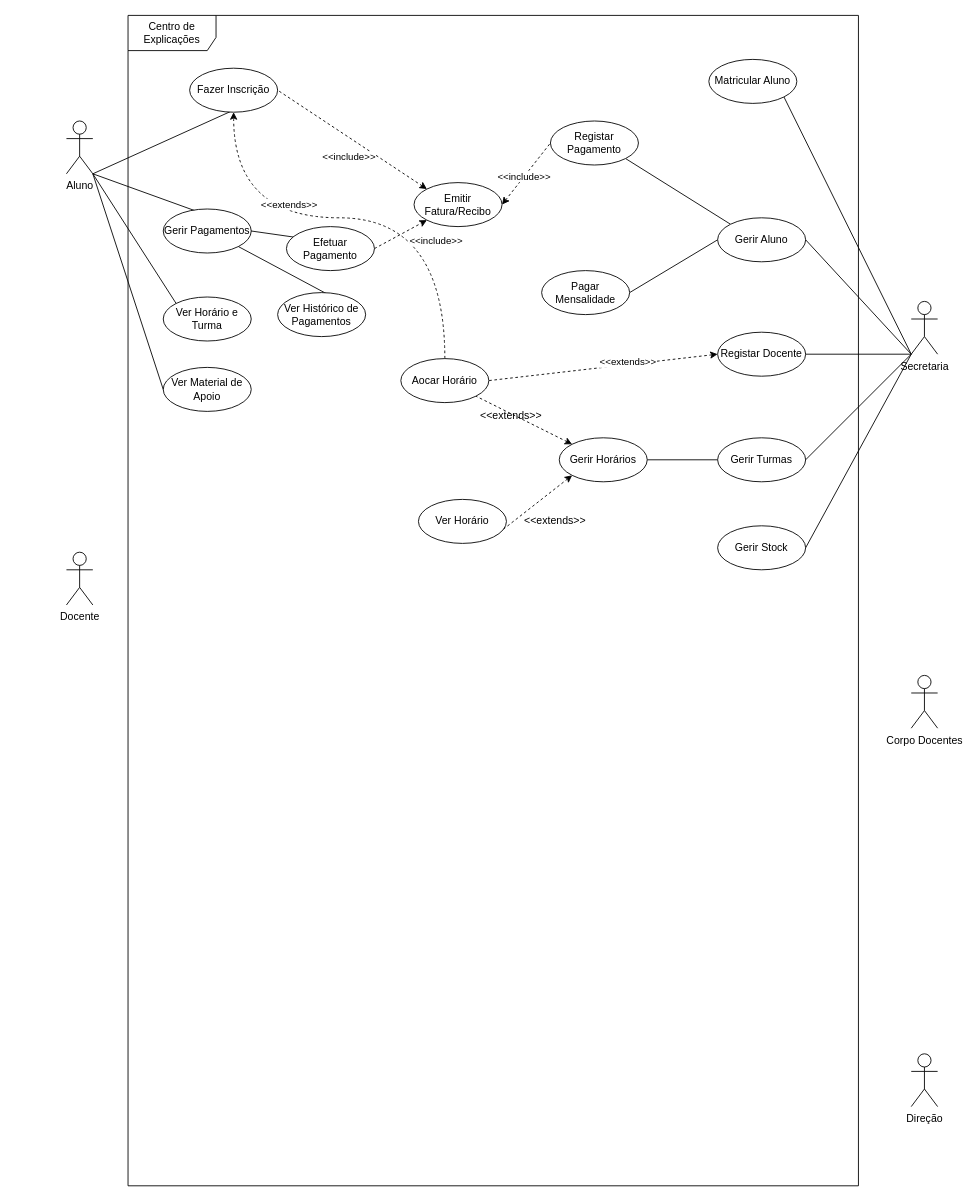
The draw.io diagram PROJETO1_UseCase.drawio in RuiSilva365/Proj1_2024, before the edit. Source tidied: cells renumbered, new cells numbered last; positions are measured from the earlier drawing's top-left corner, leaving out a move shared by most shapes. Both pictures are drawn from the tidied source at 88%, with x=0, y=0 at pixel (66, 15).
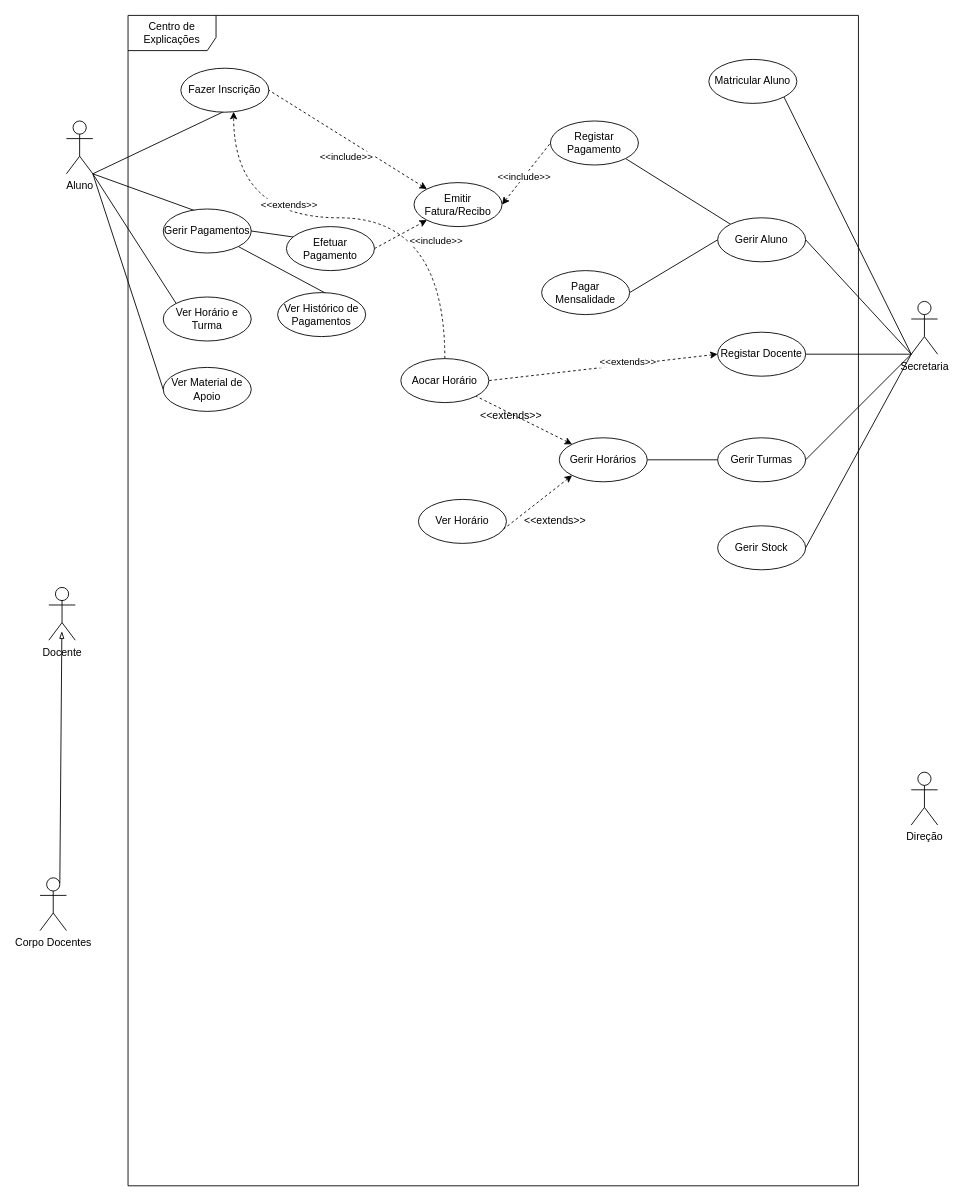
The same diagram, later.

Diff of the diagram source:
```diff
@@
     <mxCell id="4" value="Docente" style="shape=umlActor;verticalLabelPosition=bottom;verticalAlign=top;html=1;" parent="1" vertex="1">
-      <mxGeometry y="610" width="30" height="60" as="geometry" />
+      <mxGeometry x="-20" y="650" width="30" height="60" as="geometry" />
     </mxCell>
@@
     <mxCell id="8" value="Corpo Docentes&lt;div&gt;&lt;br&gt;&lt;/div&gt;" style="shape=umlActor;verticalLabelPosition=bottom;verticalAlign=top;html=1;" parent="1" vertex="1">
-      <mxGeometry x="960" y="750" width="30" height="60" as="geometry" />
+      <mxGeometry x="-30" y="980" width="30" height="60" as="geometry" />
     </mxCell>
     <mxCell id="9" value="Direção" style="shape=umlActor;verticalLabelPosition=bottom;verticalAlign=top;html=1;" parent="1" vertex="1">
-      <mxGeometry x="960" y="1180" width="30" height="60" as="geometry" />
+      <mxGeometry x="960" y="860" width="30" height="60" as="geometry" />
     </mxCell>
@@
     <mxCell id="20" value="Fazer Inscrição" style="ellipse;whiteSpace=wrap;html=1;" parent="1" vertex="1">
-      <mxGeometry x="140" y="60" width="100" height="50" as="geometry" />
+      <mxGeometry x="130" y="60" width="100" height="50" as="geometry" />
     </mxCell>
@@
+    <mxCell id="53" style="rounded=0;jettySize=auto;html=1;entryX=0.75;entryY=0.1;entryDx=0;entryDy=0;entryPerimeter=0;startArrow=blockThin;startFill=0;endArrow=none;endFill=0;" parent="1" edge="1" target="8">
+      <mxGeometry relative="1" as="geometry">
+        <mxPoint x="-5.2" y="700" as="sourcePoint" />
+      </mxGeometry>
+    </mxCell>
```
